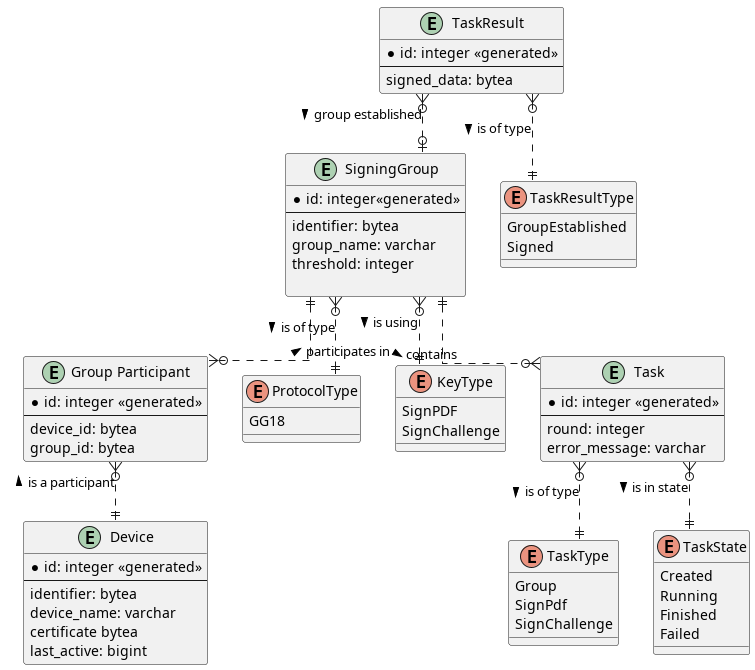
This is docs/diagrams/meesign-erd.png from KristianMika/meesign-server, a PlantUML export, as it was before one commit. Its diagram source:
```plantuml
@startuml meesign-erd

skinparam linetype ortho

entity "Device" as device {
    * id: integer <<generated>>
    --
    identifier: bytea
    device_name: varchar
    certificate bytea
    last_active: bigint
}

entity "Group Participant" as group_pariticipant {
    * id: integer <<generated>>
    --
    device_id: bytea
    group_id: bytea
}

entity "SigningGroup" as group {
    * id: integer<<generated>>
    --
    identifier: bytea
    group_name: varchar
    threshold: integer

}

enum "ProtocolType" as protocol_type {
    GG18
}

enum "KeyType" as key_type {
    SignPDF
    SignChallenge
}


entity "Task" as task {
    * id: integer <<generated>>
    --
    round: integer
    error_message: varchar
}

enum "TaskType" as task_type {
    Group
    SignPdf
    SignChallenge

}

enum "TaskState" as stask_state {
    Created
    Running
    Finished
    Failed
}

entity "TaskResult" as task_result {
    * id: integer <<generated>>
    --
    signed_data: bytea
}

enum "TaskResultType" as task_result_type {
    GroupEstablished
    Signed
}

group ||..o{ group_pariticipant: < participates in
group }o..|| key_type: is using >
group_pariticipant }o..|| device: < is a participant
group }o..|| protocol_type: > is of type
task }o..|| task_type: > is of type
group ||..o{ task: > contains
task }o..|| stask_state: > is in state
task_result }o..o| group : > group established
task_result }o..|| task_result_type: > is of type


@enduml
```
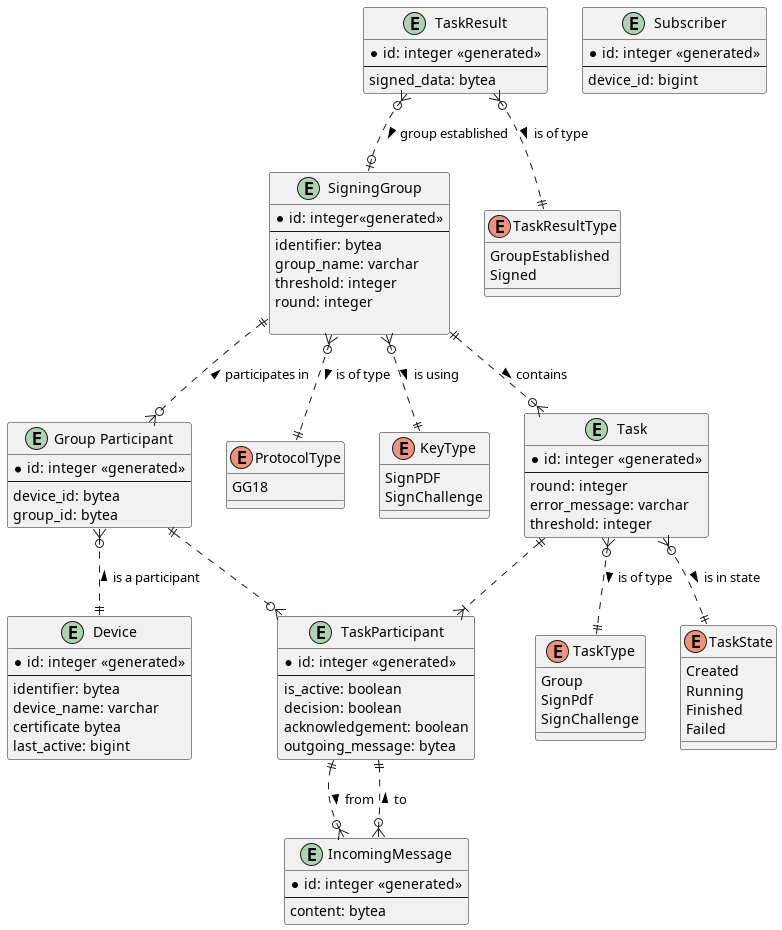
Above is the later version.

Change to the diagram source:
```diff
@@ -1,6 +1,5 @@
 @startuml meesign-erd
 
-skinparam linetype ortho
 
 entity "Device" as device {
     * id: integer <<generated>>
@@ -11,7 +10,12 @@
     last_active: bigint
 }
 
-entity "Group Participant" as group_pariticipant {
+entity "Subscriber" as subscriber {
+    * id: integer <<generated>>
+    --
+    device_id: bigint
+}
+entity "Group Participant" as group_participant {
     * id: integer <<generated>>
     --
     device_id: bytea
@@ -24,6 +28,7 @@
     identifier: bytea
     group_name: varchar
     threshold: integer
+    round: integer
 
 }
 
@@ -42,13 +47,28 @@
     --
     round: integer
     error_message: varchar
+    threshold: integer
+}
+
+entity "TaskParticipant" as task_participant{
+    * id: integer <<generated>>
+    --
+    is_active: boolean
+    decision: boolean
+    acknowledgement: boolean
+    outgoing_message: bytea
+}
+
+entity "IncomingMessage" as incoming_message {
+    * id: integer <<generated>>
+    --
+    content: bytea
 }
 
 enum "TaskType" as task_type {
     Group
     SignPdf
     SignChallenge
-
 }
 
 enum "TaskState" as stask_state {
@@ -69,15 +89,17 @@
     Signed
 }
 
-group ||..o{ group_pariticipant: < participates in
+group ||..o{ group_participant: < participates in
 group }o..|| key_type: is using >
-group_pariticipant }o..|| device: < is a participant
+group_participant }o..|| device: < is a participant
 group }o..|| protocol_type: > is of type
 task }o..|| task_type: > is of type
 group ||..o{ task: > contains
 task }o..|| stask_state: > is in state
 task_result }o..o| group : > group established
 task_result }o..|| task_result_type: > is of type
-
-
+task ||..|{ task_participant
+group_participant ||..o{ task_participant
+task_participant ||..o{ incoming_message: > from
+incoming_message }o..|| task_participant : > to
 @enduml
```
